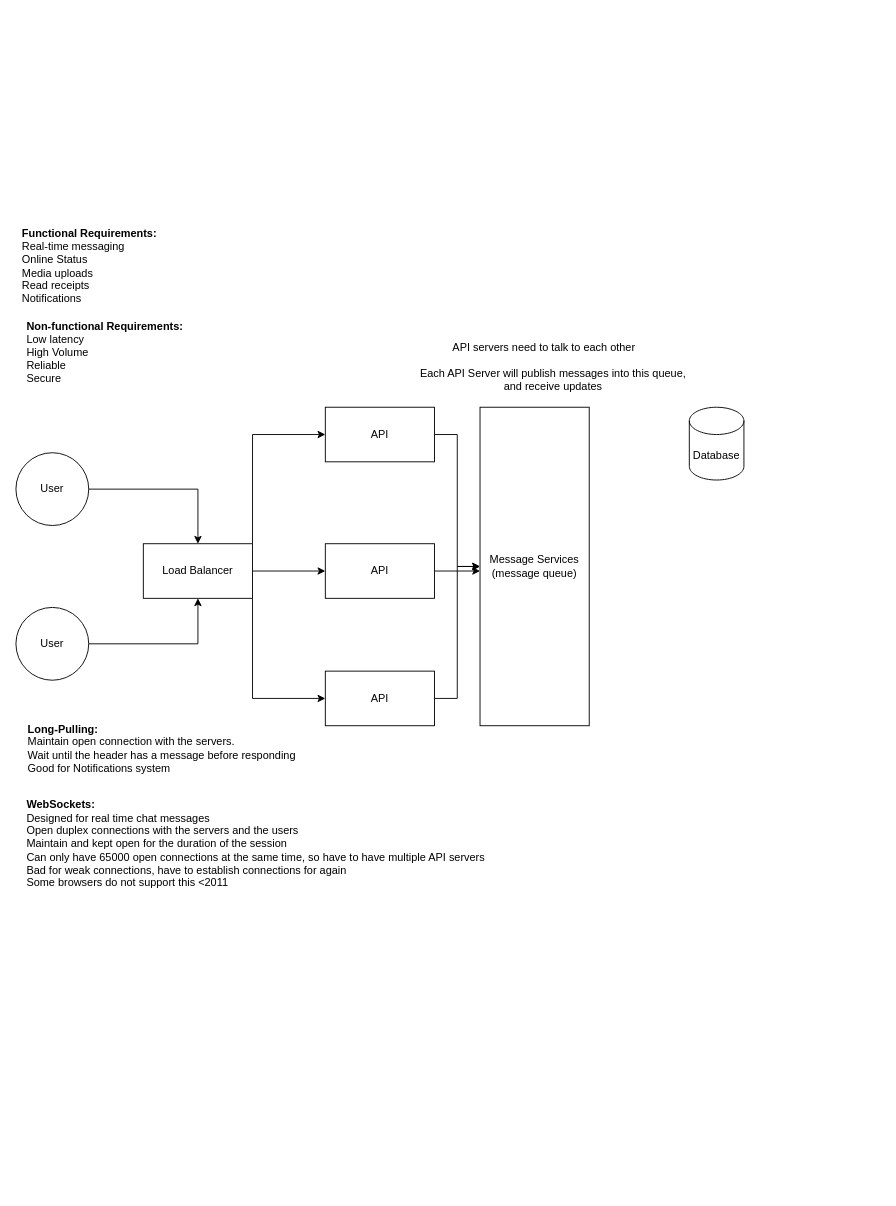
Before: FacebookMessengerDesign.drawio in dohdat/leetcode-practice, a draw.io diagram. Source tidied: cells renumbered, new cells numbered last; positions are measured from the earlier drawing's top-left corner, leaving out a move shared by most shapes. Both pictures are drawn from the tidied source at 91%, with x=0, y=0 at pixel (15, 220).
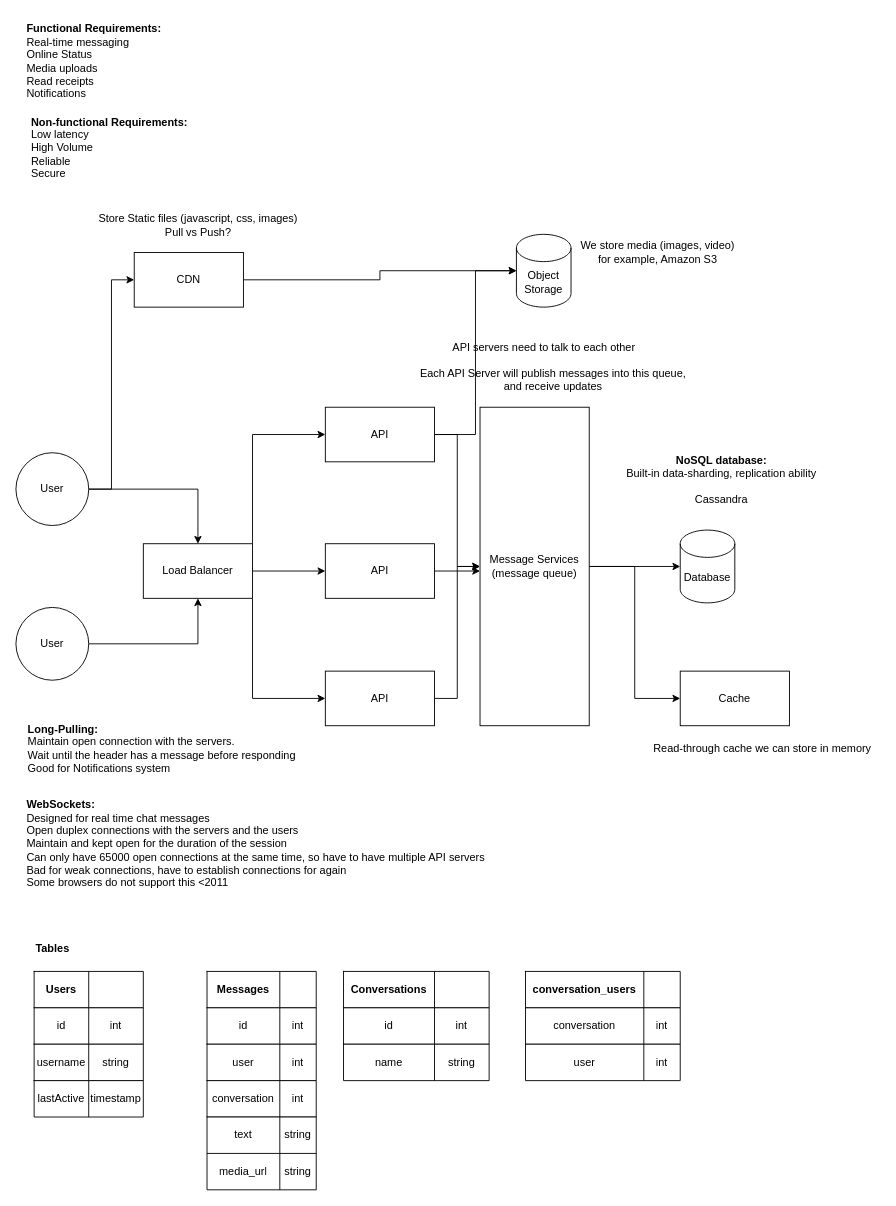
After the change.

The change refers to these unchanged cells:
```xml
<mxCell id="5" value="User" style="ellipse;whiteSpace=wrap;html=1;" parent="1" vertex="1">
  <mxGeometry y="255" width="80" height="80" as="geometry" />
</mxCell>
<mxCell id="15" value="API&lt;br&gt;" style="whiteSpace=wrap;html=1;" parent="1" vertex="1">
  <mxGeometry x="340" y="205" width="120" height="60" as="geometry" />
</mxCell>
<mxCell id="21" value="Message Services&lt;br&gt;(message queue)" style="whiteSpace=wrap;html=1;" parent="1" vertex="1">
  <mxGeometry x="510" y="205" width="120" height="350" as="geometry" />
</mxCell>
```

Change to the diagram source:
```diff
@@
     <mxCell id="2" value="Functional Requirements:&lt;br&gt;&lt;span style=&quot;font-weight: normal;&quot;&gt;Real-time messaging&lt;br&gt;Online Status&lt;br&gt;Media uploads&lt;br&gt;Read receipts&lt;br&gt;Notifications&lt;/span&gt;" style="text;html=1;align=left;verticalAlign=middle;strokeColor=none;fillColor=none;fontStyle=1;" parent="1" vertex="1">
-      <mxGeometry x="5" width="170" height="100" as="geometry" />
+      <mxGeometry x="10" y="-225" width="170" height="100" as="geometry" />
     </mxCell>
     <mxCell id="3" value="&lt;b&gt;Non-functional Requirements:&lt;/b&gt;&lt;br&gt;Low latency&lt;br&gt;High Volume&lt;br&gt;Reliable&amp;nbsp;&lt;br&gt;Secure" style="text;html=1;align=left;verticalAlign=middle;strokeColor=none;fillColor=none;" parent="1" vertex="1">
-      <mxGeometry x="10" y="100" width="200" height="90" as="geometry" />
+      <mxGeometry x="15" y="-125" width="200" height="90" as="geometry" />
     </mxCell>
@@
+    <mxCell id="24" style="edgeStyle=orthogonalEdgeStyle;rounded=0;jettySize=auto;html=1;entryX=0;entryY=0.5;entryDx=0;entryDy=0;" parent="1" edge="1" source="5" target="98">
+      <mxGeometry relative="1" as="geometry" />
+    </mxCell>
@@
+    <mxCell id="25" style="edgeStyle=orthogonalEdgeStyle;rounded=0;jettySize=auto;html=1;entryX=0;entryY=0.5;entryDx=0;entryDy=0;entryPerimeter=0;" parent="1" edge="1" source="15" target="95">
+      <mxGeometry relative="1" as="geometry" />
+    </mxCell>
@@
+    <mxCell id="26" style="edgeStyle=orthogonalEdgeStyle;rounded=0;jettySize=auto;html=1;entryX=0;entryY=0.5;entryDx=0;entryDy=0;entryPerimeter=0;" parent="1" edge="1" source="21" target="23">
+      <mxGeometry relative="1" as="geometry" />
+    </mxCell>
+    <mxCell id="27" style="edgeStyle=orthogonalEdgeStyle;rounded=0;jettySize=auto;html=1;entryX=0;entryY=0.5;entryDx=0;entryDy=0;" parent="1" edge="1" source="21" target="93">
+      <mxGeometry relative="1" as="geometry" />
+    </mxCell>
@@
     <mxCell id="23" value="Database" style="shape=cylinder3;whiteSpace=wrap;html=1;boundedLbl=1;backgroundOutline=1;size=15;" parent="1" vertex="1">
-      <mxGeometry x="740" y="205" width="60" height="80" as="geometry" />
+      <mxGeometry x="730" y="340" width="60" height="80" as="geometry" />
     </mxCell>
+    <mxCell id="28" value="&lt;b&gt;NoSQL database:&lt;/b&gt;&lt;br&gt;Built-in data-sharding, replication ability&lt;br&gt;&lt;br&gt;Cassandra" style="text;html=1;align=center;verticalAlign=middle;strokeColor=none;fillColor=none;" parent="1" vertex="1">
+      <mxGeometry x="660" y="250" width="230" height="70" as="geometry" />
+    </mxCell>
+    <mxCell id="29" style="shape=table;startSize=0;childLayout=tableLayout;" parent="1" vertex="1">
+      <mxGeometry x="20" y="825" width="120" height="40" as="geometry" />
+    </mxCell>
+    <mxCell id="30" style="shape=tableRow;horizontal=0;startSize=0;swimlaneHead=0;swimlaneBody=0;top=0;left=0;bottom=0;right=0;fillColor=none;fontStyle=1;" parent="29" vertex="1">
+      <mxGeometry width="120" height="40" as="geometry" />
+    </mxCell>
+    <mxCell id="31" value="&lt;b&gt;Users&lt;/b&gt;" style="shape=partialRectangle;html=1;whiteSpace=wrap;overflow=hidden;fillColor=none;top=0;left=0;bottom=0;right=0;" parent="30" vertex="1">
+      <mxGeometry width="60" height="40" as="geometry" />
+    </mxCell>
+    <mxCell id="32" value="&lt;br&gt;" style="shape=partialRectangle;html=1;whiteSpace=wrap;overflow=hidden;fillColor=none;top=0;left=0;bottom=0;right=0;" parent="30" vertex="1">
+      <mxGeometry x="60" width="60" height="40" as="geometry" />
+    </mxCell>
+    <mxCell id="33" value="&lt;b&gt;Tables&lt;/b&gt;" style="text;html=1;align=center;verticalAlign=middle;strokeColor=none;fillColor=none;" parent="1" vertex="1">
+      <mxGeometry x="10" y="785" width="60" height="30" as="geometry" />
+    </mxCell>
+    <mxCell id="34" style="shape=table;startSize=0;childLayout=tableLayout;" parent="1" vertex="1">
+      <mxGeometry x="20" y="865" width="120" height="40" as="geometry" />
+    </mxCell>
+    <mxCell id="35" style="shape=tableRow;horizontal=0;startSize=0;swimlaneHead=0;swimlaneBody=0;top=0;left=0;bottom=0;right=0;fillColor=none;" parent="34" vertex="1">
+      <mxGeometry width="120" height="40" as="geometry" />
+    </mxCell>
+    <mxCell id="36" value="id" style="shape=partialRectangle;html=1;whiteSpace=wrap;overflow=hidden;fillColor=none;top=0;left=0;bottom=0;right=0;" parent="35" vertex="1">
+      <mxGeometry width="60" height="40" as="geometry" />
+    </mxCell>
+    <mxCell id="37" value="int" style="shape=partialRectangle;html=1;whiteSpace=wrap;overflow=hidden;fillColor=none;top=0;left=0;bottom=0;right=0;" parent="35" vertex="1">
+      <mxGeometry x="60" width="60" height="40" as="geometry" />
+    </mxCell>
+    <mxCell id="38" style="shape=table;startSize=0;childLayout=tableLayout;" parent="1" vertex="1">
+      <mxGeometry x="20" y="905" width="120" height="40" as="geometry" />
+    </mxCell>
+    <mxCell id="39" style="shape=tableRow;horizontal=0;startSize=0;swimlaneHead=0;swimlaneBody=0;top=0;left=0;bottom=0;right=0;fillColor=none;" parent="38" vertex="1">
+      <mxGeometry width="120" height="40" as="geometry" />
+    </mxCell>
+    <mxCell id="40" value="username" style="shape=partialRectangle;html=1;whiteSpace=wrap;overflow=hidden;fillColor=none;top=0;left=0;bottom=0;right=0;" parent="39" vertex="1">
+      <mxGeometry width="60" height="40" as="geometry" />
+    </mxCell>
+    <mxCell id="41" value="string" style="shape=partialRectangle;html=1;whiteSpace=wrap;overflow=hidden;fillColor=none;top=0;left=0;bottom=0;right=0;" parent="39" vertex="1">
+      <mxGeometry x="60" width="60" height="40" as="geometry" />
+    </mxCell>
+    <mxCell id="42" style="shape=table;startSize=0;childLayout=tableLayout;" parent="1" vertex="1">
+      <mxGeometry x="20" y="945" width="120" height="40" as="geometry" />
+    </mxCell>
+    <mxCell id="43" style="shape=tableRow;horizontal=0;startSize=0;swimlaneHead=0;swimlaneBody=0;top=0;left=0;bottom=0;right=0;fillColor=none;" parent="42" vertex="1">
+      <mxGeometry width="120" height="40" as="geometry" />
+    </mxCell>
+    <mxCell id="44" value="lastActive" style="shape=partialRectangle;html=1;whiteSpace=wrap;overflow=hidden;fillColor=none;top=0;left=0;bottom=0;right=0;" parent="43" vertex="1">
+      <mxGeometry width="60" height="40" as="geometry" />
+    </mxCell>
+    <mxCell id="45" value="timestamp" style="shape=partialRectangle;html=1;whiteSpace=wrap;overflow=hidden;fillColor=none;top=0;left=0;bottom=0;right=0;" parent="43" vertex="1">
+      <mxGeometry x="60" width="60" height="40" as="geometry" />
+    </mxCell>
+    <mxCell id="46" style="shape=table;startSize=0;childLayout=tableLayout;" parent="1" vertex="1">
+      <mxGeometry x="210" y="825" width="120" height="40" as="geometry" />
+    </mxCell>
+    <mxCell id="47" style="shape=tableRow;horizontal=0;startSize=0;swimlaneHead=0;swimlaneBody=0;top=0;left=0;bottom=0;right=0;fillColor=none;fontStyle=1;" parent="46" vertex="1">
+      <mxGeometry width="120" height="40" as="geometry" />
+    </mxCell>
+    <mxCell id="48" value="&lt;b&gt;Messages&lt;/b&gt;" style="shape=partialRectangle;html=1;whiteSpace=wrap;overflow=hidden;fillColor=none;top=0;left=0;bottom=0;right=0;" parent="47" vertex="1">
+      <mxGeometry width="80" height="40" as="geometry" />
+    </mxCell>
+    <mxCell id="49" value="&lt;br&gt;" style="shape=partialRectangle;html=1;whiteSpace=wrap;overflow=hidden;fillColor=none;top=0;left=0;bottom=0;right=0;" parent="47" vertex="1">
+      <mxGeometry x="80" width="40" height="40" as="geometry" />
+    </mxCell>
+    <mxCell id="50" style="shape=table;startSize=0;childLayout=tableLayout;" parent="1" vertex="1">
+      <mxGeometry x="210" y="865" width="120" height="40" as="geometry" />
+    </mxCell>
+    <mxCell id="51" style="shape=tableRow;horizontal=0;startSize=0;swimlaneHead=0;swimlaneBody=0;top=0;left=0;bottom=0;right=0;fillColor=none;fontStyle=1;" parent="50" vertex="1">
+      <mxGeometry width="120" height="40" as="geometry" />
+    </mxCell>
+    <mxCell id="52" value="&lt;span style=&quot;font-weight: normal;&quot;&gt;id&lt;/span&gt;" style="shape=partialRectangle;html=1;whiteSpace=wrap;overflow=hidden;fillColor=none;top=0;left=0;bottom=0;right=0;fontStyle=1;" parent="51" vertex="1">
+      <mxGeometry width="80" height="40" as="geometry" />
+    </mxCell>
+    <mxCell id="53" value="int" style="shape=partialRectangle;html=1;whiteSpace=wrap;overflow=hidden;fillColor=none;top=0;left=0;bottom=0;right=0;" parent="51" vertex="1">
+      <mxGeometry x="80" width="40" height="40" as="geometry" />
+    </mxCell>
+    <mxCell id="54" style="shape=table;startSize=0;childLayout=tableLayout;" parent="1" vertex="1">
+      <mxGeometry x="210" y="905" width="120" height="40" as="geometry" />
+    </mxCell>
+    <mxCell id="55" style="shape=tableRow;horizontal=0;startSize=0;swimlaneHead=0;swimlaneBody=0;top=0;left=0;bottom=0;right=0;fillColor=none;fontStyle=1;" parent="54" vertex="1">
+      <mxGeometry width="120" height="40" as="geometry" />
+    </mxCell>
+    <mxCell id="56" value="&lt;span style=&quot;font-weight: normal;&quot;&gt;user&lt;/span&gt;" style="shape=partialRectangle;html=1;whiteSpace=wrap;overflow=hidden;fillColor=none;top=0;left=0;bottom=0;right=0;fontStyle=1;" parent="55" vertex="1">
+      <mxGeometry width="80" height="40" as="geometry" />
+    </mxCell>
+    <mxCell id="57" value="int" style="shape=partialRectangle;html=1;whiteSpace=wrap;overflow=hidden;fillColor=none;top=0;left=0;bottom=0;right=0;" parent="55" vertex="1">
+      <mxGeometry x="80" width="40" height="40" as="geometry" />
+    </mxCell>
+    <mxCell id="58" style="shape=table;startSize=0;childLayout=tableLayout;" parent="1" vertex="1">
+      <mxGeometry x="210" y="945" width="120" height="40" as="geometry" />
+    </mxCell>
+    <mxCell id="59" style="shape=tableRow;horizontal=0;startSize=0;swimlaneHead=0;swimlaneBody=0;top=0;left=0;bottom=0;right=0;fillColor=none;fontStyle=1;" parent="58" vertex="1">
+      <mxGeometry width="120" height="40" as="geometry" />
+    </mxCell>
+    <mxCell id="60" value="&lt;span style=&quot;font-weight: normal;&quot;&gt;conversation&lt;/span&gt;" style="shape=partialRectangle;html=1;whiteSpace=wrap;overflow=hidden;fillColor=none;top=0;left=0;bottom=0;right=0;fontStyle=1;" parent="59" vertex="1">
+      <mxGeometry width="80" height="40" as="geometry" />
+    </mxCell>
+    <mxCell id="61" value="int" style="shape=partialRectangle;html=1;whiteSpace=wrap;overflow=hidden;fillColor=none;top=0;left=0;bottom=0;right=0;" parent="59" vertex="1">
+      <mxGeometry x="80" width="40" height="40" as="geometry" />
+    </mxCell>
+    <mxCell id="62" style="shape=table;startSize=0;childLayout=tableLayout;" parent="1" vertex="1">
+      <mxGeometry x="210" y="985" width="120" height="80" as="geometry" />
+    </mxCell>
+    <mxCell id="63" style="shape=tableRow;horizontal=0;startSize=0;swimlaneHead=0;swimlaneBody=0;top=0;left=0;bottom=0;right=0;fillColor=none;fontStyle=1;" parent="62" vertex="1">
+      <mxGeometry width="120" height="40" as="geometry" />
+    </mxCell>
+    <mxCell id="64" value="&lt;span style=&quot;font-weight: normal;&quot;&gt;text&lt;/span&gt;" style="shape=partialRectangle;html=1;whiteSpace=wrap;overflow=hidden;fillColor=none;top=0;left=0;bottom=0;right=0;fontStyle=1;" parent="63" vertex="1">
+      <mxGeometry width="80" height="40" as="geometry" />
+    </mxCell>
+    <mxCell id="65" value="string" style="shape=partialRectangle;html=1;whiteSpace=wrap;overflow=hidden;fillColor=none;top=0;left=0;bottom=0;right=0;" parent="63" vertex="1">
+      <mxGeometry x="80" width="40" height="40" as="geometry" />
+    </mxCell>
+    <mxCell id="66" style="shape=tableRow;horizontal=0;startSize=0;swimlaneHead=0;swimlaneBody=0;top=0;left=0;bottom=0;right=0;fillColor=none;fontStyle=1;" parent="62" vertex="1">
+      <mxGeometry y="40" width="120" height="40" as="geometry" />
+    </mxCell>
+    <mxCell id="67" value="&lt;span style=&quot;font-weight: normal;&quot;&gt;media_url&lt;/span&gt;" style="shape=partialRectangle;html=1;whiteSpace=wrap;overflow=hidden;fillColor=none;top=0;left=0;bottom=0;right=0;fontStyle=1;" parent="66" vertex="1">
+      <mxGeometry width="80" height="40" as="geometry" />
+    </mxCell>
+    <mxCell id="68" value="string" style="shape=partialRectangle;html=1;whiteSpace=wrap;overflow=hidden;fillColor=none;top=0;left=0;bottom=0;right=0;" parent="66" vertex="1">
+      <mxGeometry x="80" width="40" height="40" as="geometry" />
+    </mxCell>
+    <mxCell id="69" style="shape=table;startSize=0;childLayout=tableLayout;" parent="1" vertex="1">
+      <mxGeometry x="360" y="825" width="160" height="40" as="geometry" />
+    </mxCell>
+    <mxCell id="70" style="shape=tableRow;horizontal=0;startSize=0;swimlaneHead=0;swimlaneBody=0;top=0;left=0;bottom=0;right=0;fillColor=none;fontStyle=1;" parent="69" vertex="1">
+      <mxGeometry width="160" height="40" as="geometry" />
+    </mxCell>
+    <mxCell id="71" value="&lt;b&gt;Conversations&lt;/b&gt;" style="shape=partialRectangle;html=1;whiteSpace=wrap;overflow=hidden;fillColor=none;top=0;left=0;bottom=0;right=0;" parent="70" vertex="1">
+      <mxGeometry width="100" height="40" as="geometry" />
+    </mxCell>
+    <mxCell id="72" value="&lt;br&gt;" style="shape=partialRectangle;html=1;whiteSpace=wrap;overflow=hidden;fillColor=none;top=0;left=0;bottom=0;right=0;" parent="70" vertex="1">
+      <mxGeometry x="100" width="60" height="40" as="geometry" />
+    </mxCell>
+    <mxCell id="73" style="shape=table;startSize=0;childLayout=tableLayout;" parent="1" vertex="1">
+      <mxGeometry x="360" y="865" width="160" height="40" as="geometry" />
+    </mxCell>
+    <mxCell id="74" style="shape=tableRow;horizontal=0;startSize=0;swimlaneHead=0;swimlaneBody=0;top=0;left=0;bottom=0;right=0;fillColor=none;fontStyle=1;" parent="73" vertex="1">
+      <mxGeometry width="160" height="40" as="geometry" />
+    </mxCell>
+    <mxCell id="75" value="id" style="shape=partialRectangle;html=1;whiteSpace=wrap;overflow=hidden;fillColor=none;top=0;left=0;bottom=0;right=0;" parent="74" vertex="1">
+      <mxGeometry width="100" height="40" as="geometry" />
+    </mxCell>
+    <mxCell id="76" value="int" style="shape=partialRectangle;html=1;whiteSpace=wrap;overflow=hidden;fillColor=none;top=0;left=0;bottom=0;right=0;" parent="74" vertex="1">
+      <mxGeometry x="100" width="60" height="40" as="geometry" />
+    </mxCell>
+    <mxCell id="77" style="shape=table;startSize=0;childLayout=tableLayout;" parent="1" vertex="1">
+      <mxGeometry x="360" y="905" width="160" height="40" as="geometry" />
+    </mxCell>
+    <mxCell id="78" style="shape=tableRow;horizontal=0;startSize=0;swimlaneHead=0;swimlaneBody=0;top=0;left=0;bottom=0;right=0;fillColor=none;fontStyle=1;" parent="77" vertex="1">
+      <mxGeometry width="160" height="40" as="geometry" />
+    </mxCell>
+    <mxCell id="79" value="name" style="shape=partialRectangle;html=1;whiteSpace=wrap;overflow=hidden;fillColor=none;top=0;left=0;bottom=0;right=0;" parent="78" vertex="1">
+      <mxGeometry width="100" height="40" as="geometry" />
+    </mxCell>
+    <mxCell id="80" value="string" style="shape=partialRectangle;html=1;whiteSpace=wrap;overflow=hidden;fillColor=none;top=0;left=0;bottom=0;right=0;" parent="78" vertex="1">
+      <mxGeometry x="100" width="60" height="40" as="geometry" />
+    </mxCell>
+    <mxCell id="81" style="shape=table;startSize=0;childLayout=tableLayout;" parent="1" vertex="1">
+      <mxGeometry x="560" y="825" width="170" height="40" as="geometry" />
+    </mxCell>
+    <mxCell id="82" style="shape=tableRow;horizontal=0;startSize=0;swimlaneHead=0;swimlaneBody=0;top=0;left=0;bottom=0;right=0;fillColor=none;fontStyle=1;" parent="81" vertex="1">
+      <mxGeometry width="170" height="40" as="geometry" />
+    </mxCell>
+    <mxCell id="83" value="&lt;b&gt;conversation_users&lt;/b&gt;" style="shape=partialRectangle;html=1;whiteSpace=wrap;overflow=hidden;fillColor=none;top=0;left=0;bottom=0;right=0;" parent="82" vertex="1">
+      <mxGeometry width="130" height="40" as="geometry" />
+    </mxCell>
+    <mxCell id="84" value="&lt;br&gt;" style="shape=partialRectangle;html=1;whiteSpace=wrap;overflow=hidden;fillColor=none;top=0;left=0;bottom=0;right=0;" parent="82" vertex="1">
+      <mxGeometry x="130" width="40" height="40" as="geometry" />
+    </mxCell>
+    <mxCell id="85" style="shape=table;startSize=0;childLayout=tableLayout;" parent="1" vertex="1">
+      <mxGeometry x="560" y="865" width="170" height="40" as="geometry" />
+    </mxCell>
+    <mxCell id="86" style="shape=tableRow;horizontal=0;startSize=0;swimlaneHead=0;swimlaneBody=0;top=0;left=0;bottom=0;right=0;fillColor=none;fontStyle=1;" parent="85" vertex="1">
+      <mxGeometry width="170" height="40" as="geometry" />
+    </mxCell>
+    <mxCell id="87" value="conversation" style="shape=partialRectangle;html=1;whiteSpace=wrap;overflow=hidden;fillColor=none;top=0;left=0;bottom=0;right=0;" parent="86" vertex="1">
+      <mxGeometry width="130" height="40" as="geometry" />
+    </mxCell>
+    <mxCell id="88" value="int" style="shape=partialRectangle;html=1;whiteSpace=wrap;overflow=hidden;fillColor=none;top=0;left=0;bottom=0;right=0;" parent="86" vertex="1">
+      <mxGeometry x="130" width="40" height="40" as="geometry" />
+    </mxCell>
+    <mxCell id="89" style="shape=table;startSize=0;childLayout=tableLayout;" parent="1" vertex="1">
+      <mxGeometry x="560" y="905" width="170" height="40" as="geometry" />
+    </mxCell>
+    <mxCell id="90" style="shape=tableRow;horizontal=0;startSize=0;swimlaneHead=0;swimlaneBody=0;top=0;left=0;bottom=0;right=0;fillColor=none;fontStyle=1;" parent="89" vertex="1">
+      <mxGeometry width="170" height="40" as="geometry" />
+    </mxCell>
+    <mxCell id="91" value="user" style="shape=partialRectangle;html=1;whiteSpace=wrap;overflow=hidden;fillColor=none;top=0;left=0;bottom=0;right=0;" parent="90" vertex="1">
+      <mxGeometry width="130" height="40" as="geometry" />
+    </mxCell>
+    <mxCell id="92" value="int" style="shape=partialRectangle;html=1;whiteSpace=wrap;overflow=hidden;fillColor=none;top=0;left=0;bottom=0;right=0;" parent="90" vertex="1">
+      <mxGeometry x="130" width="40" height="40" as="geometry" />
+    </mxCell>
+    <mxCell id="93" value="Cache" style="whiteSpace=wrap;html=1;" parent="1" vertex="1">
+      <mxGeometry x="730" y="495" width="120" height="60" as="geometry" />
+    </mxCell>
+    <mxCell id="94" value="Read-through cache we can store in memory" style="text;html=1;align=center;verticalAlign=middle;strokeColor=none;fillColor=none;" parent="1" vertex="1">
+      <mxGeometry x="690" y="565" width="260" height="30" as="geometry" />
+    </mxCell>
+    <mxCell id="95" value="Object Storage" style="shape=cylinder3;whiteSpace=wrap;html=1;boundedLbl=1;backgroundOutline=1;size=15;" parent="1" vertex="1">
+      <mxGeometry x="550" y="15" width="60" height="80" as="geometry" />
+    </mxCell>
+    <mxCell id="96" value="We store media (images, video) &lt;br&gt;for example, Amazon S3" style="text;html=1;align=center;verticalAlign=middle;strokeColor=none;fillColor=none;" parent="1" vertex="1">
+      <mxGeometry x="610" y="15" width="190" height="40" as="geometry" />
+    </mxCell>
+    <mxCell id="97" style="edgeStyle=orthogonalEdgeStyle;rounded=0;jettySize=auto;html=1;entryX=0;entryY=0.5;entryDx=0;entryDy=0;entryPerimeter=0;" parent="1" edge="1" source="98" target="95">
+      <mxGeometry relative="1" as="geometry" />
+    </mxCell>
+    <mxCell id="98" value="CDN" style="whiteSpace=wrap;html=1;" parent="1" vertex="1">
+      <mxGeometry x="130" y="35" width="120" height="60" as="geometry" />
+    </mxCell>
+    <mxCell id="99" value="Store Static files (javascript, css, images)&lt;br&gt;Pull vs Push?" style="text;html=1;align=center;verticalAlign=middle;strokeColor=none;fillColor=none;" parent="1" vertex="1">
+      <mxGeometry x="80" y="-15" width="240" height="40" as="geometry" />
+    </mxCell>
```
